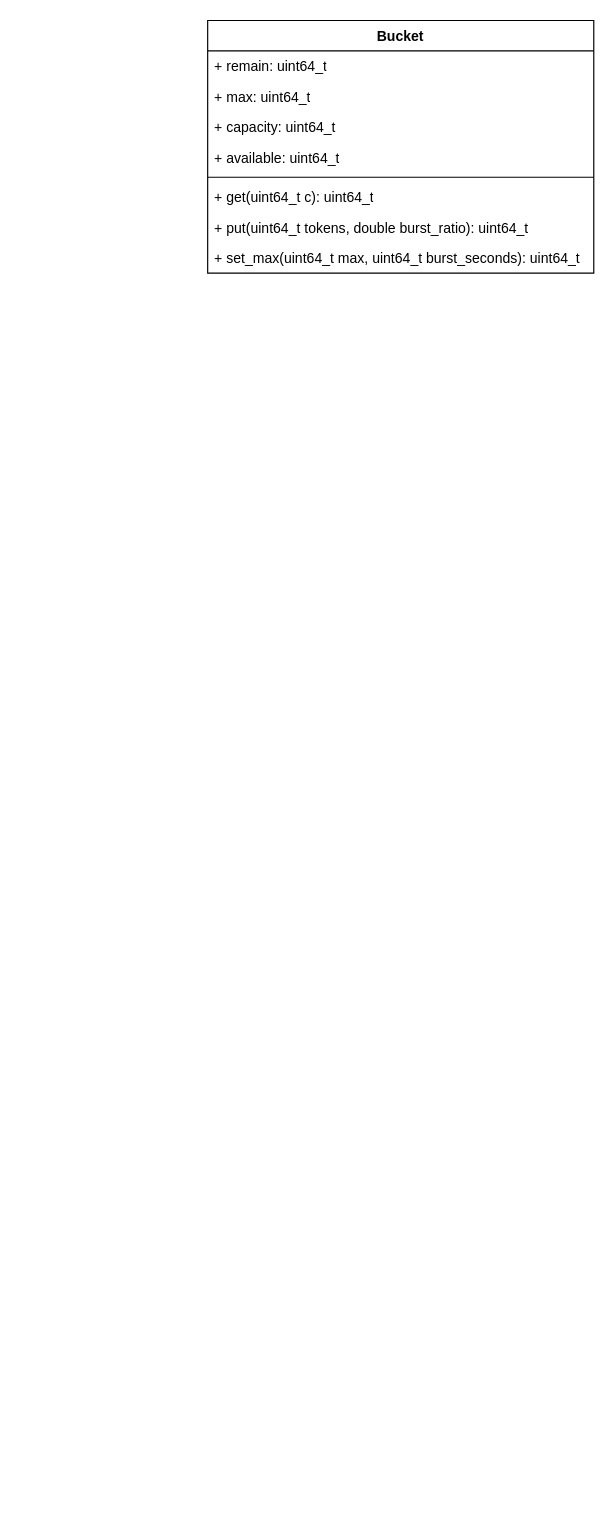
Earlier version of the draw.io diagram page "QoS" (9 of 9) of leveldb.drawio (liutimo/images_bed). Source tidied: cells renumbered, new cells numbered last; positions are measured from the earlier drawing's top-left corner, leaving out a move shared by most shapes. Both pictures are drawn from the tidied source at 117%, with x=0, y=0 at pixel (207, 20).
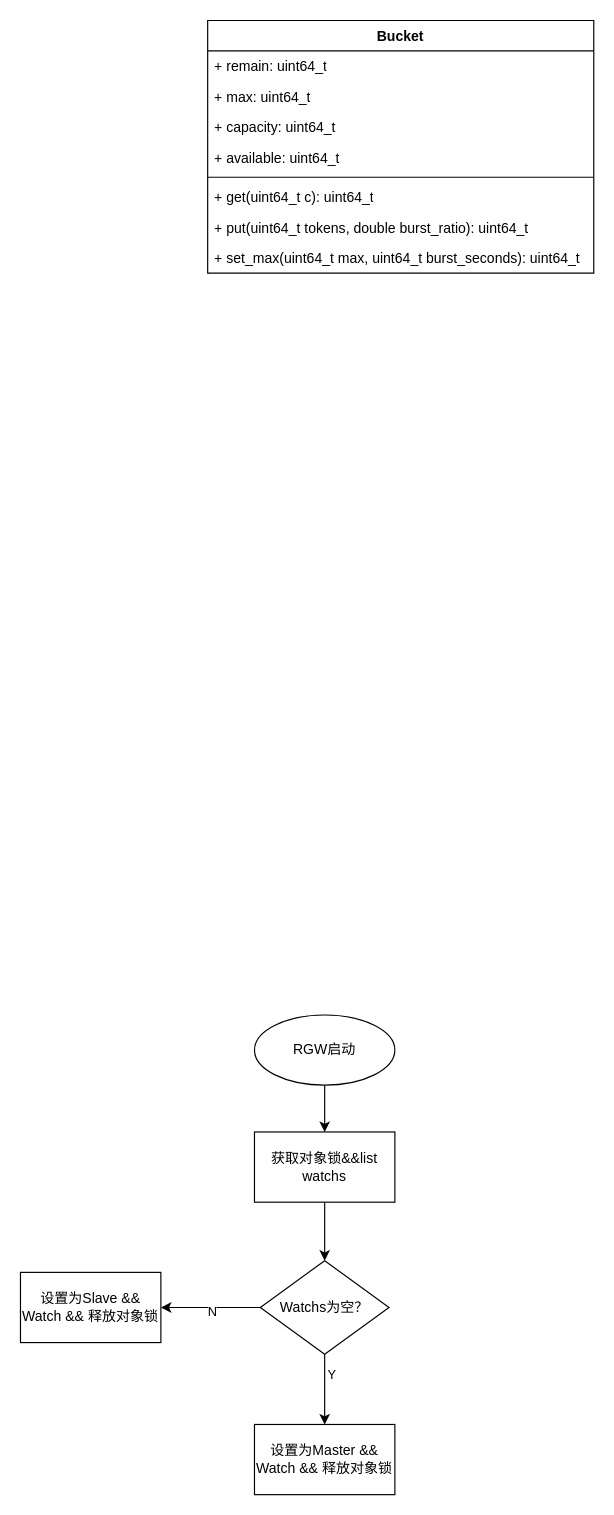
After the change.

The edit, as a diff of the source:
```diff
@@
+    <mxCell id="11" style="edgeStyle=orthogonalEdgeStyle;rounded=0;jettySize=auto;html=1;" parent="1" edge="1" source="12" target="14">
+      <mxGeometry relative="1" as="geometry" />
+    </mxCell>
+    <mxCell id="12" value="RGW启动" style="ellipse;whiteSpace=wrap;html=1;" parent="1" vertex="1">
+      <mxGeometry x="40" y="850" width="120" height="60" as="geometry" />
+    </mxCell>
+    <mxCell id="13" style="edgeStyle=orthogonalEdgeStyle;rounded=0;jettySize=auto;html=1;" parent="1" edge="1" source="14" target="19">
+      <mxGeometry relative="1" as="geometry" />
+    </mxCell>
+    <mxCell id="14" value="获取对象锁&amp;amp;&amp;amp;list watchs" style="whiteSpace=wrap;html=1;" parent="1" vertex="1">
+      <mxGeometry x="40" y="950" width="120" height="60" as="geometry" />
+    </mxCell>
+    <mxCell id="15" style="edgeStyle=orthogonalEdgeStyle;rounded=0;jettySize=auto;html=1;" parent="1" edge="1" source="19" target="20">
+      <mxGeometry relative="1" as="geometry" />
+    </mxCell>
+    <mxCell id="16" value="Y" style="edgeLabel;html=1;align=center;verticalAlign=middle;" parent="15" vertex="1">
+      <mxGeometry x="-0.43" y="5" relative="1" as="geometry" />
+    </mxCell>
+    <mxCell id="17" style="edgeStyle=orthogonalEdgeStyle;rounded=0;jettySize=auto;html=1;" parent="1" edge="1" source="19" target="21">
+      <mxGeometry relative="1" as="geometry" />
+    </mxCell>
+    <mxCell id="18" value="N" style="edgeLabel;html=1;align=center;verticalAlign=middle;" parent="17" vertex="1">
+      <mxGeometry x="-0.01" y="3" relative="1" as="geometry" />
+    </mxCell>
+    <mxCell id="19" value="Watchs为空？" style="rhombus;whiteSpace=wrap;html=1;" parent="1" vertex="1">
+      <mxGeometry x="45" y="1060" width="110" height="80" as="geometry" />
+    </mxCell>
+    <mxCell id="20" value="设置为Master &amp;amp;&amp;amp; Watch &amp;amp;&amp;amp; 释放对象锁" style="whiteSpace=wrap;html=1;" parent="1" vertex="1">
+      <mxGeometry x="40" y="1200" width="120" height="60" as="geometry" />
+    </mxCell>
+    <mxCell id="21" value="设置为Slave &amp;amp;&amp;amp; Watch &amp;amp;&amp;amp; 释放对象锁" style="whiteSpace=wrap;html=1;" parent="1" vertex="1">
+      <mxGeometry x="-160" y="1070" width="120" height="60" as="geometry" />
+    </mxCell>
```
